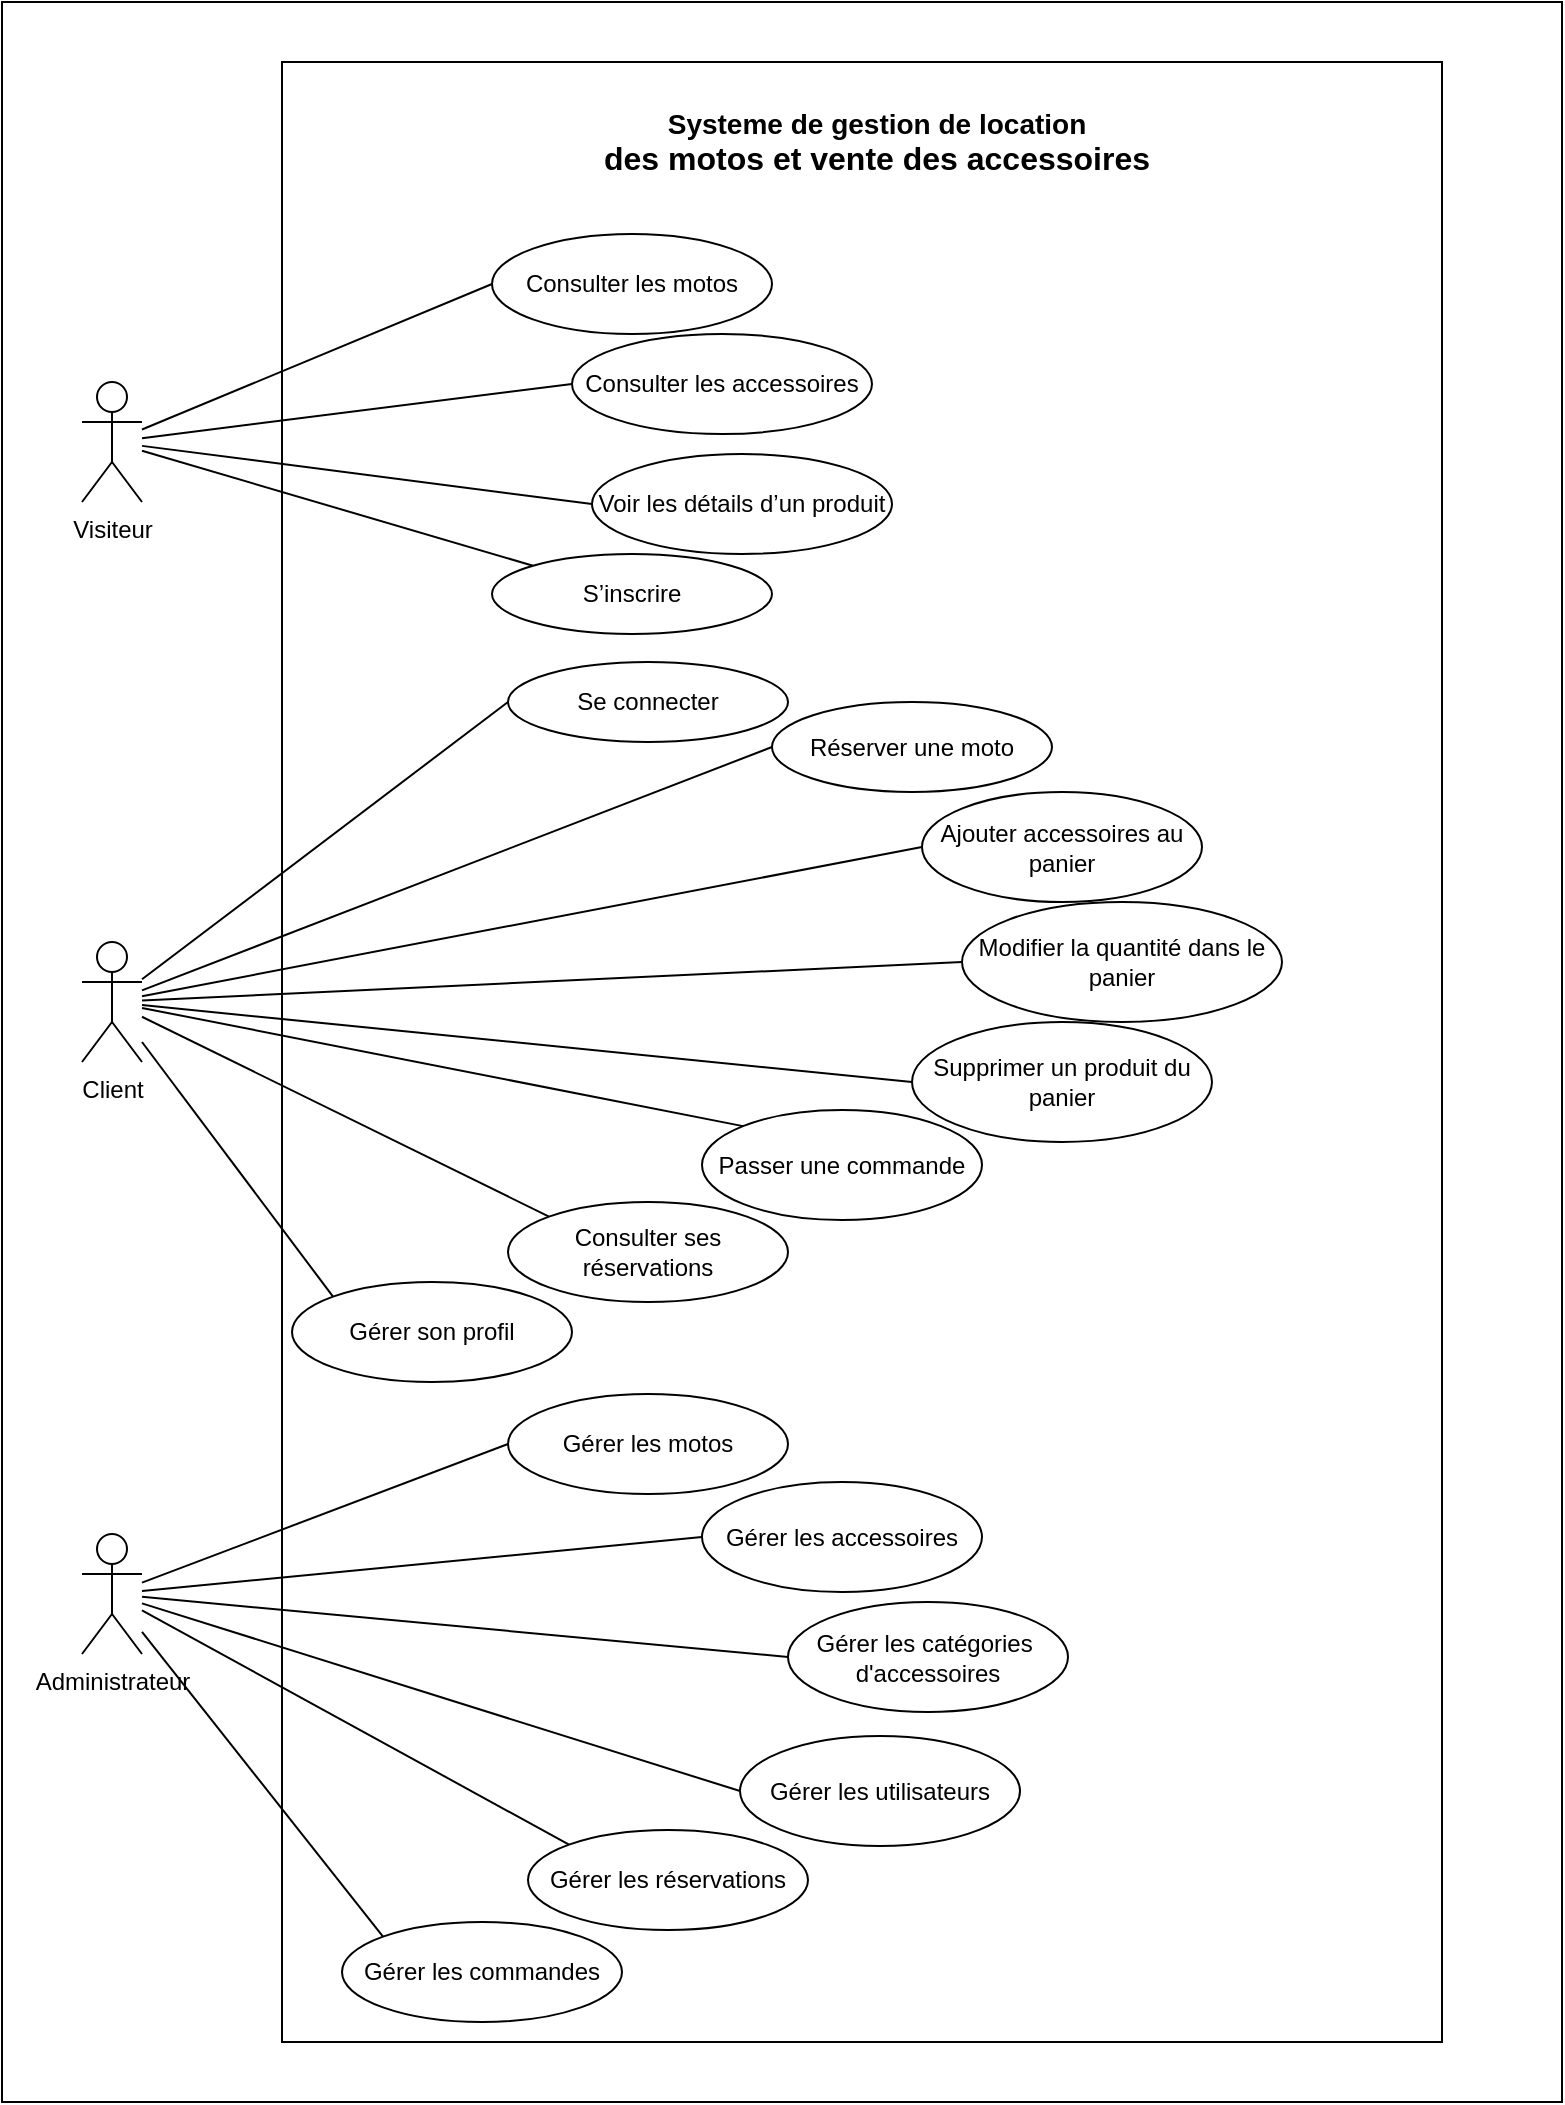
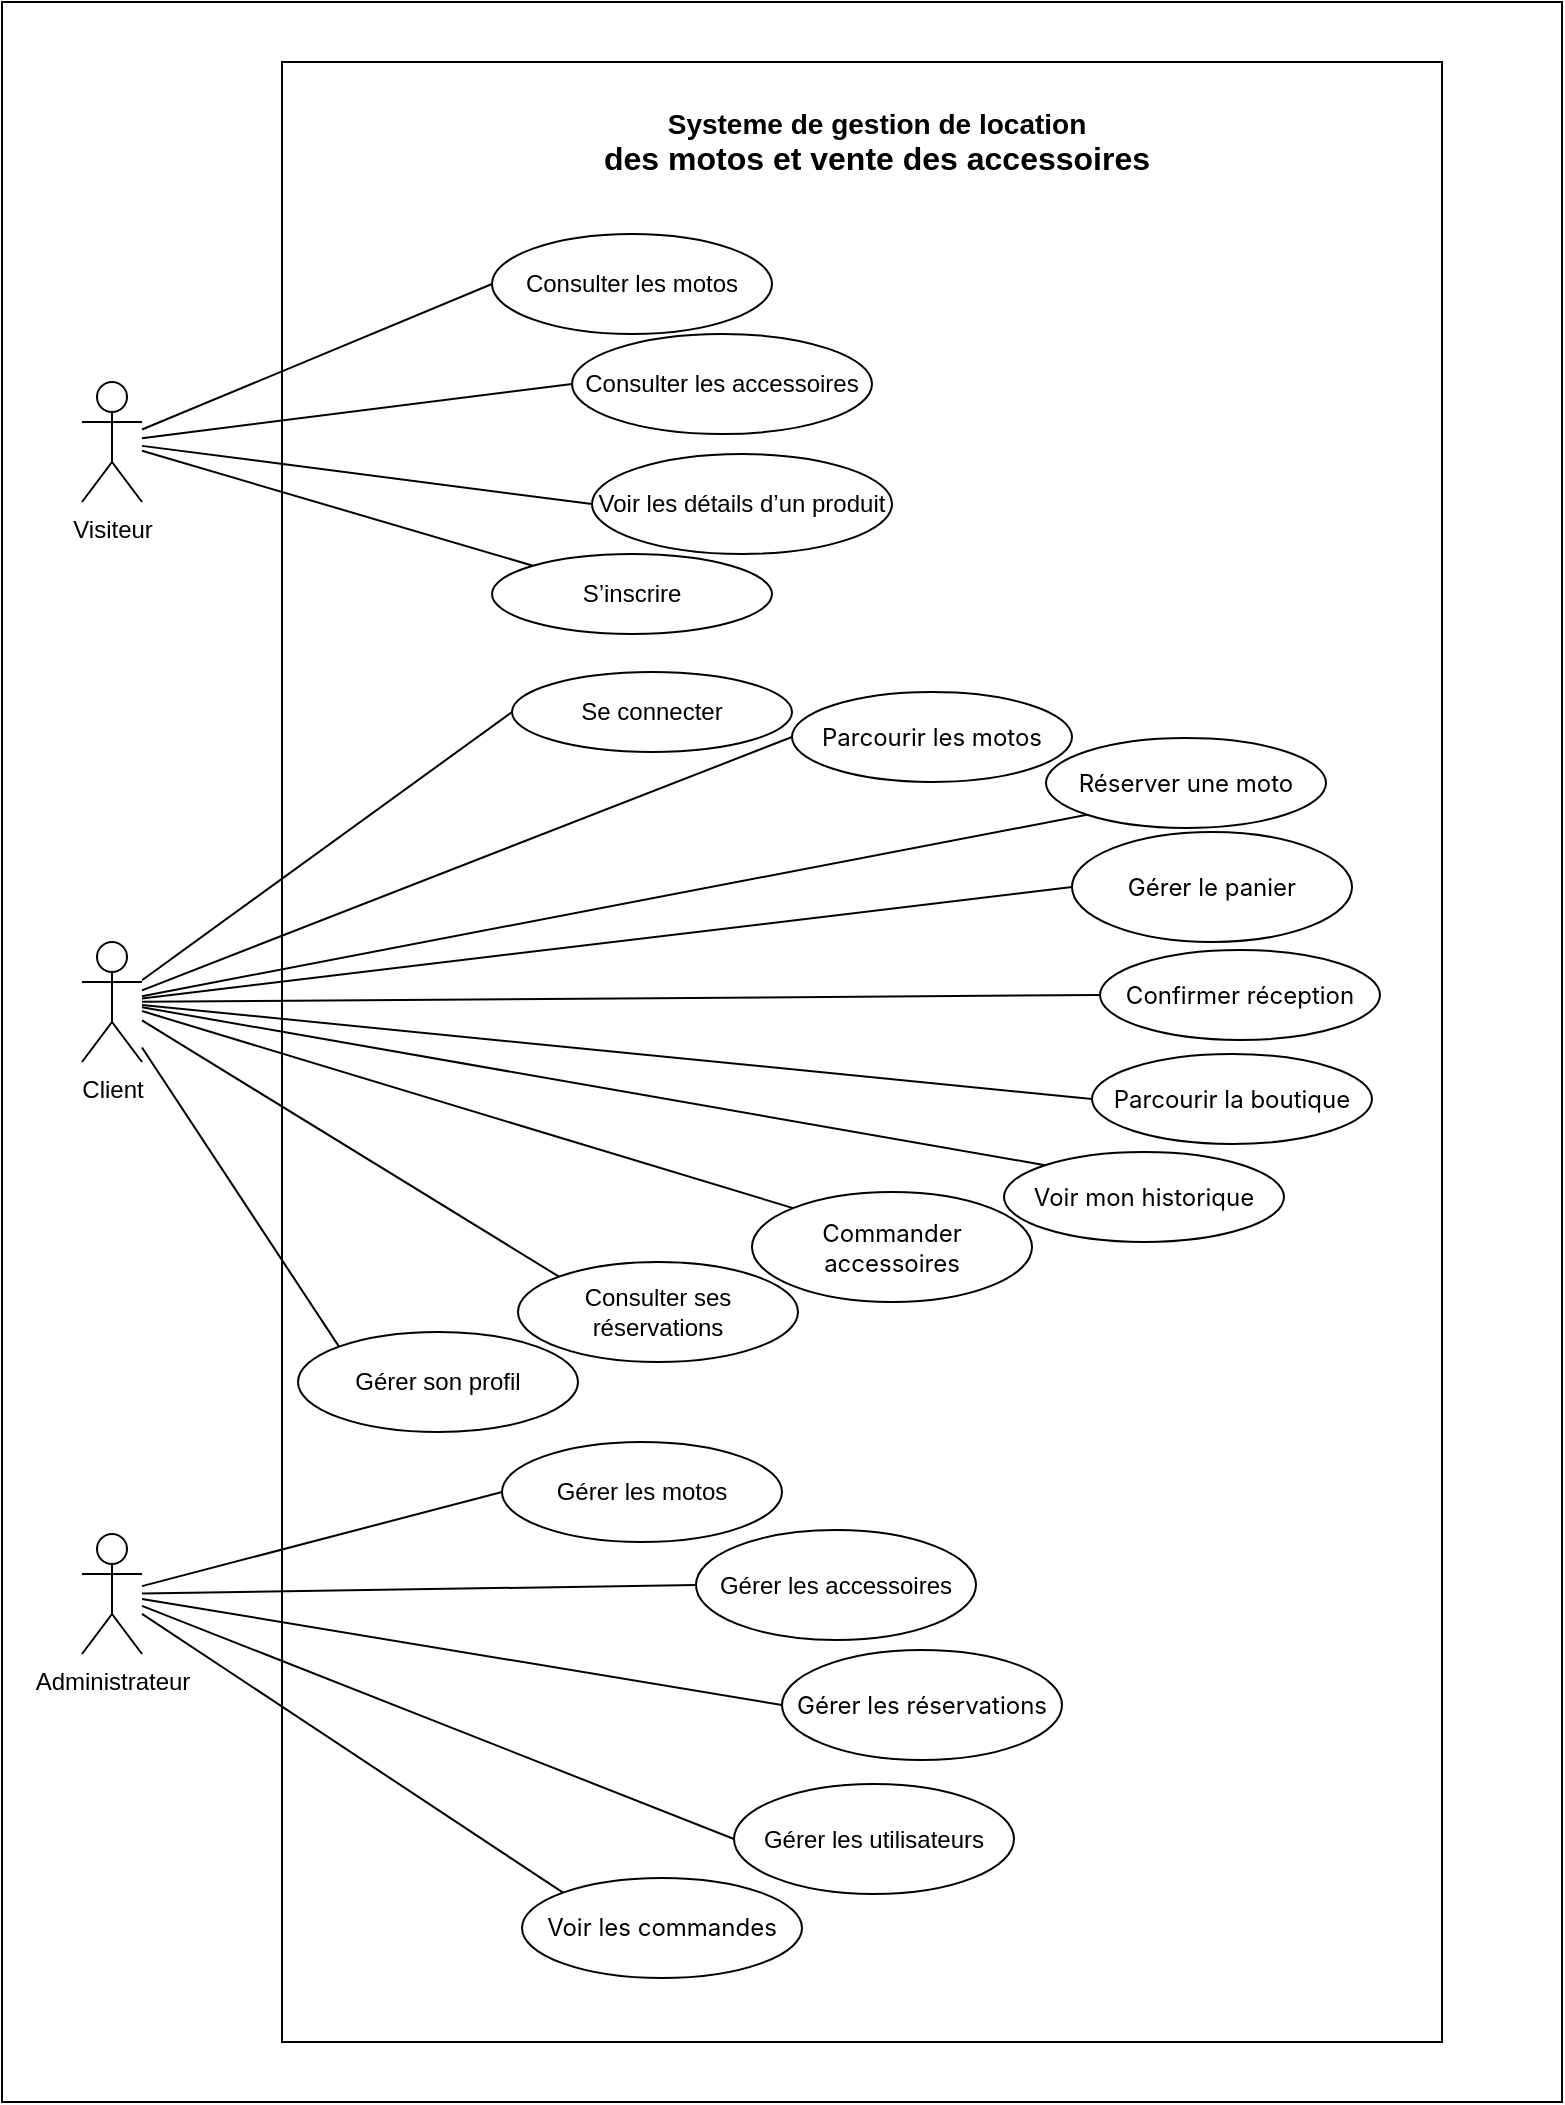
<mxfile host="65bd71144e">
    <diagram id="t-OMTUhliT3F5h6TgyvB" name="Page-1">
-         <mxGraphModel dx="1247" dy="762" grid="1" gridSize="10" guides="1" tooltips="1" connect="1" arrows="1" fold="1" page="1" pageScale="1" pageWidth="850" pageHeight="1100" math="0" shadow="0">
+         <mxGraphModel dx="1148" dy="645" grid="1" gridSize="10" guides="1" tooltips="1" connect="1" arrows="1" fold="1" page="1" pageScale="1" pageWidth="850" pageHeight="1100" math="0" shadow="0">
            <root>
                <mxCell id="0"/>
                <mxCell id="1" parent="0"/>
-                 <mxCell id="46" value="" style="html=1;whiteSpace=wrap;" vertex="1" parent="1">
+                 <mxCell id="46" value="" style="html=1;whiteSpace=wrap;" parent="1" vertex="1">
                    <mxGeometry x="70" y="10" width="780" height="1050" as="geometry"/>
                </mxCell>
                <mxCell id="2" value="" style="html=1;whiteSpace=wrap;" parent="1" vertex="1">
                    <mxGeometry x="210" y="40" width="580" height="990" as="geometry"/>
                </mxCell>
                <mxCell id="11" style="edgeStyle=none;html=1;entryX=0;entryY=0.5;entryDx=0;entryDy=0;endArrow=none;endFill=0;" parent="1" source="3" target="10" edge="1">
                    <mxGeometry relative="1" as="geometry"/>
                </mxCell>
                <mxCell id="12" style="edgeStyle=none;html=1;entryX=0;entryY=0.5;entryDx=0;entryDy=0;endArrow=none;endFill=0;" parent="1" source="3" target="9" edge="1">
                    <mxGeometry relative="1" as="geometry"/>
                </mxCell>
                <mxCell id="13" style="edgeStyle=none;html=1;entryX=0;entryY=0.5;entryDx=0;entryDy=0;endArrow=none;endFill=0;" parent="1" source="3" target="8" edge="1">
                    <mxGeometry relative="1" as="geometry"/>
                </mxCell>
                <mxCell id="14" style="edgeStyle=none;html=1;entryX=0;entryY=0;entryDx=0;entryDy=0;endArrow=none;endFill=0;" parent="1" source="3" target="7" edge="1">
                    <mxGeometry relative="1" as="geometry"/>
                </mxCell>
                <mxCell id="3" value="Visiteur" style="shape=umlActor;verticalLabelPosition=bottom;verticalAlign=top;html=1;" parent="1" vertex="1">
                    <mxGeometry x="110" y="200" width="30" height="60" as="geometry"/>
                </mxCell>
                <mxCell id="21" style="edgeStyle=none;html=1;entryX=0;entryY=0.5;entryDx=0;entryDy=0;endArrow=none;endFill=0;" parent="1" source="4" target="20" edge="1">
                    <mxGeometry relative="1" as="geometry"/>
                </mxCell>
                <mxCell id="22" style="edgeStyle=none;html=1;entryX=0;entryY=0.5;entryDx=0;entryDy=0;endArrow=none;endFill=0;" parent="1" source="4" target="16" edge="1">
                    <mxGeometry relative="1" as="geometry"/>
                </mxCell>
                <mxCell id="23" style="edgeStyle=none;html=1;entryX=0;entryY=0.5;entryDx=0;entryDy=0;endArrow=none;endFill=0;" parent="1" source="4" target="15" edge="1">
                    <mxGeometry relative="1" as="geometry"/>
                </mxCell>
                <mxCell id="24" style="edgeStyle=none;html=1;entryX=0;entryY=0;entryDx=0;entryDy=0;endArrow=none;endFill=0;" parent="1" source="4" target="17" edge="1">
                    <mxGeometry relative="1" as="geometry"/>
                </mxCell>
                <mxCell id="25" style="edgeStyle=none;html=1;entryX=0;entryY=0;entryDx=0;entryDy=0;endArrow=none;endFill=0;" parent="1" source="4" target="18" edge="1">
                    <mxGeometry relative="1" as="geometry"/>
                </mxCell>
                <mxCell id="26" style="edgeStyle=none;html=1;entryX=0;entryY=0;entryDx=0;entryDy=0;endArrow=none;endFill=0;" parent="1" source="4" target="19" edge="1">
                    <mxGeometry relative="1" as="geometry"/>
                </mxCell>
-                 <mxCell id="41" style="edgeStyle=none;html=1;entryX=0;entryY=0.5;entryDx=0;entryDy=0;endArrow=none;endFill=0;" edge="1" parent="1" source="4" target="40">
+                 <mxCell id="41" style="edgeStyle=none;html=1;entryX=0;entryY=0.5;entryDx=0;entryDy=0;endArrow=none;endFill=0;" parent="1" source="4" target="49" edge="1">
+                     <mxGeometry relative="1" as="geometry">
+                         <mxPoint x="550" y="490" as="targetPoint"/>
+                     </mxGeometry>
+                 </mxCell>
+                 <mxCell id="43" style="edgeStyle=none;html=1;entryX=0;entryY=0.5;entryDx=0;entryDy=0;endArrow=none;endFill=0;" parent="1" source="4" target="48" edge="1">
+                     <mxGeometry relative="1" as="geometry">
+                         <mxPoint x="525" y="550" as="targetPoint"/>
+                     </mxGeometry>
+                 </mxCell>
+                 <mxCell id="51" style="edgeStyle=none;html=1;entryX=0;entryY=1;entryDx=0;entryDy=0;endArrow=none;endFill=0;" edge="1" parent="1" source="4" target="47">
                    <mxGeometry relative="1" as="geometry"/>
                </mxCell>
-                 <mxCell id="43" style="edgeStyle=none;html=1;entryX=0;entryY=0.5;entryDx=0;entryDy=0;endArrow=none;endFill=0;" edge="1" parent="1" source="4" target="42">
+                 <mxCell id="52" style="edgeStyle=none;html=1;entryX=0;entryY=0;entryDx=0;entryDy=0;endArrow=none;endFill=0;" edge="1" parent="1" source="4" target="50">
                    <mxGeometry relative="1" as="geometry"/>
                </mxCell>
                <mxCell id="4" value="Client" style="shape=umlActor;verticalLabelPosition=bottom;verticalAlign=top;html=1;" parent="1" vertex="1">
                    <mxGeometry x="110" y="480" width="30" height="60" as="geometry"/>
                </mxCell>
                <mxCell id="33" style="edgeStyle=none;html=1;entryX=0;entryY=0.5;entryDx=0;entryDy=0;endArrow=none;endFill=0;" parent="1" source="6" target="30" edge="1">
                    <mxGeometry relative="1" as="geometry"/>
                </mxCell>
                <mxCell id="34" style="edgeStyle=none;html=1;entryX=0;entryY=0.5;entryDx=0;entryDy=0;endArrow=none;endFill=0;" parent="1" source="6" target="29" edge="1">
                    <mxGeometry relative="1" as="geometry"/>
                </mxCell>
                <mxCell id="35" style="edgeStyle=none;html=1;entryX=0;entryY=0.5;entryDx=0;entryDy=0;endArrow=none;endFill=0;" parent="1" source="6" target="32" edge="1">
                    <mxGeometry relative="1" as="geometry"/>
                </mxCell>
                <mxCell id="36" style="edgeStyle=none;html=1;entryX=0;entryY=0;entryDx=0;entryDy=0;endArrow=none;endFill=0;" parent="1" source="6" target="28" edge="1">
                    <mxGeometry relative="1" as="geometry"/>
                </mxCell>
-                 <mxCell id="37" style="edgeStyle=none;html=1;entryX=0;entryY=0;entryDx=0;entryDy=0;endArrow=none;endFill=0;" parent="1" source="6" target="27" edge="1">
-                     <mxGeometry relative="1" as="geometry"/>
-                 </mxCell>
-                 <mxCell id="45" style="edgeStyle=none;html=1;entryX=0;entryY=0.5;entryDx=0;entryDy=0;endArrow=none;endFill=0;" edge="1" parent="1" source="6" target="44">
+                 <mxCell id="45" style="edgeStyle=none;html=1;entryX=0;entryY=0.5;entryDx=0;entryDy=0;endArrow=none;endFill=0;" parent="1" source="6" target="44" edge="1">
                    <mxGeometry relative="1" as="geometry"/>
                </mxCell>
                <mxCell id="6" value="Administrateur" style="shape=umlActor;verticalLabelPosition=bottom;verticalAlign=top;html=1;" parent="1" vertex="1">
                    <mxGeometry x="110" y="776" width="30" height="60" as="geometry"/>
                </mxCell>
                <mxCell id="7" value="S’inscrire" style="ellipse;whiteSpace=wrap;html=1;" parent="1" vertex="1">
                    <mxGeometry x="315" y="286" width="140" height="40" as="geometry"/>
                </mxCell>
                <mxCell id="8" value="Voir les détails d’un produit" style="ellipse;whiteSpace=wrap;html=1;" parent="1" vertex="1">
                    <mxGeometry x="365" y="236" width="150" height="50" as="geometry"/>
                </mxCell>
                <mxCell id="9" value="Consulter les accessoires" style="ellipse;whiteSpace=wrap;html=1;" parent="1" vertex="1">
                    <mxGeometry x="355" y="176" width="150" height="50" as="geometry"/>
                </mxCell>
                <mxCell id="10" value="Consulter les motos" style="ellipse;whiteSpace=wrap;html=1;" parent="1" vertex="1">
                    <mxGeometry x="315" y="126" width="140" height="50" as="geometry"/>
                </mxCell>
-                 <mxCell id="15" value="Ajouter accessoires au panier" style="ellipse;whiteSpace=wrap;html=1;" parent="1" vertex="1">
-                     <mxGeometry x="530" y="405" width="140" height="55" as="geometry"/>
+                 <mxCell id="15" value="&lt;span style=&quot;font-family: &amp;quot;Anthropic Sans&amp;quot;, -apple-system, BlinkMacSystemFont, &amp;quot;Segoe UI&amp;quot;, sans-serif; text-align: start; text-wrap-mode: nowrap;&quot;&gt;&lt;font style=&quot;color: rgb(0, 0, 0);&quot;&gt;Gérer le panier&lt;/font&gt;&lt;/span&gt;" style="ellipse;whiteSpace=wrap;html=1;" parent="1" vertex="1">
+                     <mxGeometry x="605" y="425" width="140" height="55" as="geometry"/>
                </mxCell>
-                 <mxCell id="16" value="Réserver une moto" style="ellipse;whiteSpace=wrap;html=1;" parent="1" vertex="1">
-                     <mxGeometry x="455" y="360" width="140" height="45" as="geometry"/>
+                 <mxCell id="16" value="&lt;span style=&quot;font-family: &amp;quot;Anthropic Sans&amp;quot;, -apple-system, BlinkMacSystemFont, &amp;quot;Segoe UI&amp;quot;, sans-serif; text-align: start; text-wrap-mode: nowrap;&quot;&gt;&lt;font style=&quot;color: rgb(0, 0, 0);&quot;&gt;Parcourir les motos&lt;/font&gt;&lt;/span&gt;" style="ellipse;whiteSpace=wrap;html=1;" parent="1" vertex="1">
+                     <mxGeometry x="465" y="355" width="140" height="45" as="geometry"/>
                </mxCell>
-                 <mxCell id="17" value="Passer une commande" style="ellipse;whiteSpace=wrap;html=1;" parent="1" vertex="1">
-                     <mxGeometry x="420" y="564" width="140" height="55" as="geometry"/>
+                 <mxCell id="17" value="&lt;span style=&quot;font-family: &amp;quot;Anthropic Sans&amp;quot;, -apple-system, BlinkMacSystemFont, &amp;quot;Segoe UI&amp;quot;, sans-serif; text-align: start; text-wrap-mode: nowrap;&quot;&gt;&lt;font style=&quot;color: rgb(0, 0, 0);&quot;&gt;Commander accessoires&lt;/font&gt;&lt;/span&gt;" style="ellipse;whiteSpace=wrap;html=1;" parent="1" vertex="1">
+                     <mxGeometry x="445" y="605" width="140" height="55" as="geometry"/>
                </mxCell>
                <mxCell id="18" value="Consulter ses réservations" style="ellipse;whiteSpace=wrap;html=1;" parent="1" vertex="1">
-                     <mxGeometry x="323" y="610" width="140" height="50" as="geometry"/>
+                     <mxGeometry x="328" y="640" width="140" height="50" as="geometry"/>
                </mxCell>
                <mxCell id="19" value="Gérer son profil" style="ellipse;whiteSpace=wrap;html=1;" parent="1" vertex="1">
-                     <mxGeometry x="215" y="650" width="140" height="50" as="geometry"/>
+                     <mxGeometry x="218" y="675" width="140" height="50" as="geometry"/>
                </mxCell>
                <mxCell id="20" value="Se connecter" style="ellipse;whiteSpace=wrap;html=1;" parent="1" vertex="1">
-                     <mxGeometry x="323" y="340" width="140" height="40" as="geometry"/>
+                     <mxGeometry x="325" y="345" width="140" height="40" as="geometry"/>
                </mxCell>
-                 <mxCell id="27" value="Gérer les commandes" style="ellipse;whiteSpace=wrap;html=1;" parent="1" vertex="1">
-                     <mxGeometry x="240" y="970" width="140" height="50" as="geometry"/>
-                 </mxCell>
-                 <mxCell id="28" value="Gérer les réservations" style="ellipse;whiteSpace=wrap;html=1;" parent="1" vertex="1">
-                     <mxGeometry x="333" y="924" width="140" height="50" as="geometry"/>
+                 <mxCell id="28" value="&lt;span style=&quot;font-family: &amp;quot;Anthropic Sans&amp;quot;, -apple-system, BlinkMacSystemFont, &amp;quot;Segoe UI&amp;quot;, sans-serif; text-align: start; text-wrap-mode: nowrap;&quot;&gt;&lt;font style=&quot;color: rgb(0, 0, 0);&quot;&gt;Voir les commandes&lt;/font&gt;&lt;/span&gt;" style="ellipse;whiteSpace=wrap;html=1;" parent="1" vertex="1">
+                     <mxGeometry x="330" y="948" width="140" height="50" as="geometry"/>
                </mxCell>
                <mxCell id="29" value="Gérer les accessoires" style="ellipse;whiteSpace=wrap;html=1;" parent="1" vertex="1">
-                     <mxGeometry x="420" y="750" width="140" height="55" as="geometry"/>
+                     <mxGeometry x="417" y="774" width="140" height="55" as="geometry"/>
                </mxCell>
                <mxCell id="30" value="Gérer les motos" style="ellipse;whiteSpace=wrap;html=1;" parent="1" vertex="1">
-                     <mxGeometry x="323" y="706" width="140" height="50" as="geometry"/>
+                     <mxGeometry x="320" y="730" width="140" height="50" as="geometry"/>
                </mxCell>
                <mxCell id="32" value="Gérer les utilisateurs" style="ellipse;whiteSpace=wrap;html=1;" parent="1" vertex="1">
-                     <mxGeometry x="439" y="877" width="140" height="55" as="geometry"/>
+                     <mxGeometry x="436" y="901" width="140" height="55" as="geometry"/>
                </mxCell>
                <mxCell id="38" value="&lt;b&gt;&lt;font style=&quot;font-size: 14px;&quot;&gt;Systeme de gestion de location&lt;/font&gt;&lt;/b&gt;&lt;div&gt;&lt;b&gt;&lt;font size=&quot;3&quot;&gt;des motos et vente des accessoires&lt;/font&gt;&lt;/b&gt;&lt;/div&gt;" style="text;html=1;align=center;verticalAlign=middle;resizable=0;points=[];autosize=1;strokeColor=none;fillColor=none;" parent="1" vertex="1">
                    <mxGeometry x="357" y="55" width="300" height="50" as="geometry"/>
                </mxCell>
-                 <mxCell id="40" value="Modifier la quantité dans le panier" style="ellipse;whiteSpace=wrap;html=1;" vertex="1" parent="1">
-                     <mxGeometry x="550" y="460" width="160" height="60" as="geometry"/>
+                 <mxCell id="44" value="&lt;span style=&quot;font-family: &amp;quot;Anthropic Sans&amp;quot;, -apple-system, BlinkMacSystemFont, &amp;quot;Segoe UI&amp;quot;, sans-serif; text-align: start; text-wrap-mode: nowrap;&quot;&gt;&lt;font style=&quot;color: rgb(0, 0, 0);&quot;&gt;Gérer les réservations&lt;/font&gt;&lt;/span&gt;" style="ellipse;whiteSpace=wrap;html=1;" parent="1" vertex="1">
+                     <mxGeometry x="460" y="834" width="140" height="55" as="geometry"/>
                </mxCell>
-                 <mxCell id="42" value="Supprimer un produit du panier" style="ellipse;whiteSpace=wrap;html=1;" vertex="1" parent="1">
-                     <mxGeometry x="525" y="520" width="150" height="60" as="geometry"/>
+                 <mxCell id="47" value="&lt;span style=&quot;font-family: &amp;quot;Anthropic Sans&amp;quot;, -apple-system, BlinkMacSystemFont, &amp;quot;Segoe UI&amp;quot;, sans-serif; text-align: start; text-wrap-mode: nowrap;&quot;&gt;&lt;font style=&quot;color: rgb(0, 0, 0);&quot;&gt;Réserver une moto&lt;/font&gt;&lt;/span&gt;" style="ellipse;whiteSpace=wrap;html=1;" vertex="1" parent="1">
+                     <mxGeometry x="592" y="378" width="140" height="45" as="geometry"/>
                </mxCell>
-                 <mxCell id="44" value="Gérer les catégories&amp;nbsp;&lt;div&gt;d&#39;accessoires&lt;/div&gt;" style="ellipse;whiteSpace=wrap;html=1;" vertex="1" parent="1">
-                     <mxGeometry x="463" y="810" width="140" height="55" as="geometry"/>
+                 <mxCell id="48" value="&lt;span style=&quot;font-family: &amp;quot;Anthropic Sans&amp;quot;, -apple-system, BlinkMacSystemFont, &amp;quot;Segoe UI&amp;quot;, sans-serif; text-align: start; text-wrap-mode: nowrap;&quot;&gt;&lt;font style=&quot;color: rgb(0, 0, 0);&quot;&gt;Parcourir la boutique&lt;/font&gt;&lt;/span&gt;" style="ellipse;whiteSpace=wrap;html=1;" vertex="1" parent="1">
+                     <mxGeometry x="615" y="536" width="140" height="45" as="geometry"/>
+                 </mxCell>
+                 <mxCell id="49" value="&lt;span style=&quot;font-family: &amp;quot;Anthropic Sans&amp;quot;, -apple-system, BlinkMacSystemFont, &amp;quot;Segoe UI&amp;quot;, sans-serif; text-align: start; text-wrap-mode: nowrap;&quot;&gt;&lt;font style=&quot;color: rgb(0, 0, 0);&quot;&gt;Confirmer réception&lt;/font&gt;&lt;/span&gt;" style="ellipse;whiteSpace=wrap;html=1;" vertex="1" parent="1">
+                     <mxGeometry x="619" y="484" width="140" height="45" as="geometry"/>
+                 </mxCell>
+                 <mxCell id="50" value="&lt;span style=&quot;font-family: &amp;quot;Anthropic Sans&amp;quot;, -apple-system, BlinkMacSystemFont, &amp;quot;Segoe UI&amp;quot;, sans-serif; text-align: start; text-wrap-mode: nowrap;&quot;&gt;&lt;font style=&quot;color: rgb(0, 0, 0);&quot;&gt;Voir mon historique&lt;/font&gt;&lt;/span&gt;" style="ellipse;whiteSpace=wrap;html=1;" vertex="1" parent="1">
+                     <mxGeometry x="571" y="585" width="140" height="45" as="geometry"/>
                </mxCell>
            </root>
        </mxGraphModel>
    </diagram>
</mxfile>